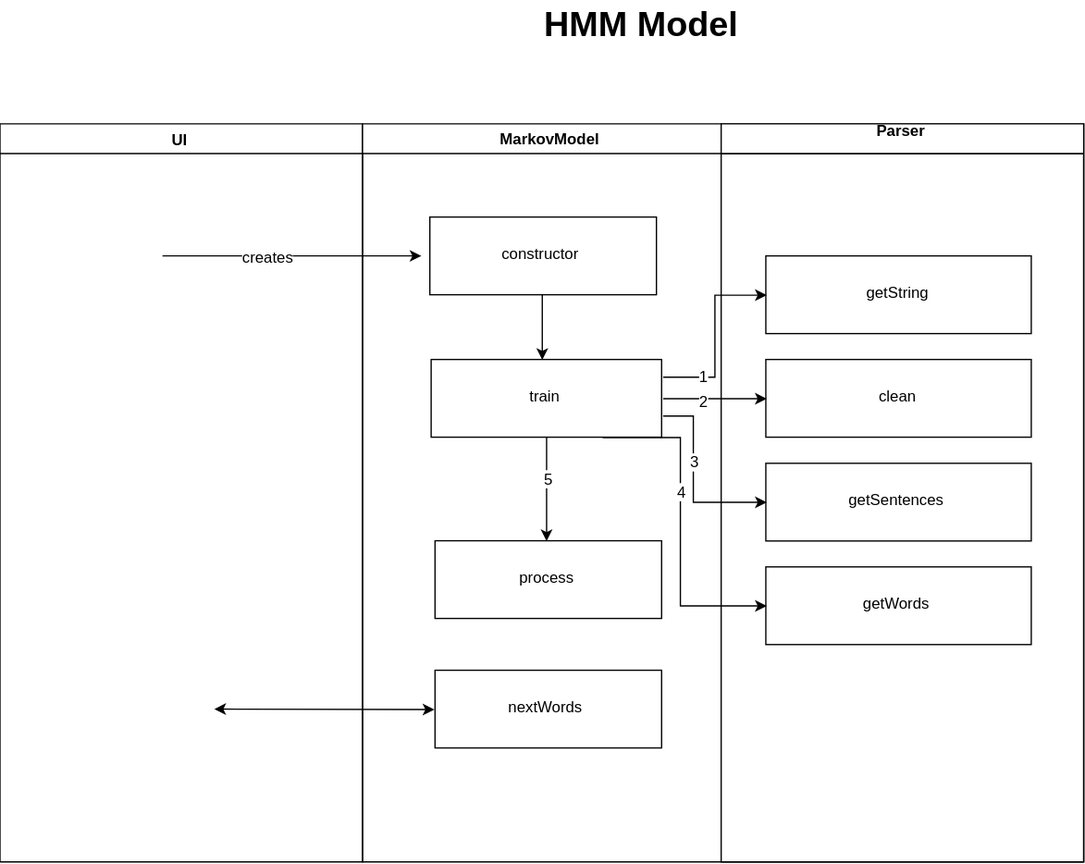
This is src/main/resources/images/flowchart.svg from AzerbaijanOpenSourceCommunity/hmm-predictor, a draw.io export, as it was before one commit. Source tidied: cells renumbered, new cells last; positions are measured from the earlier drawing's top-left corner, leaving out a move shared by most shapes.
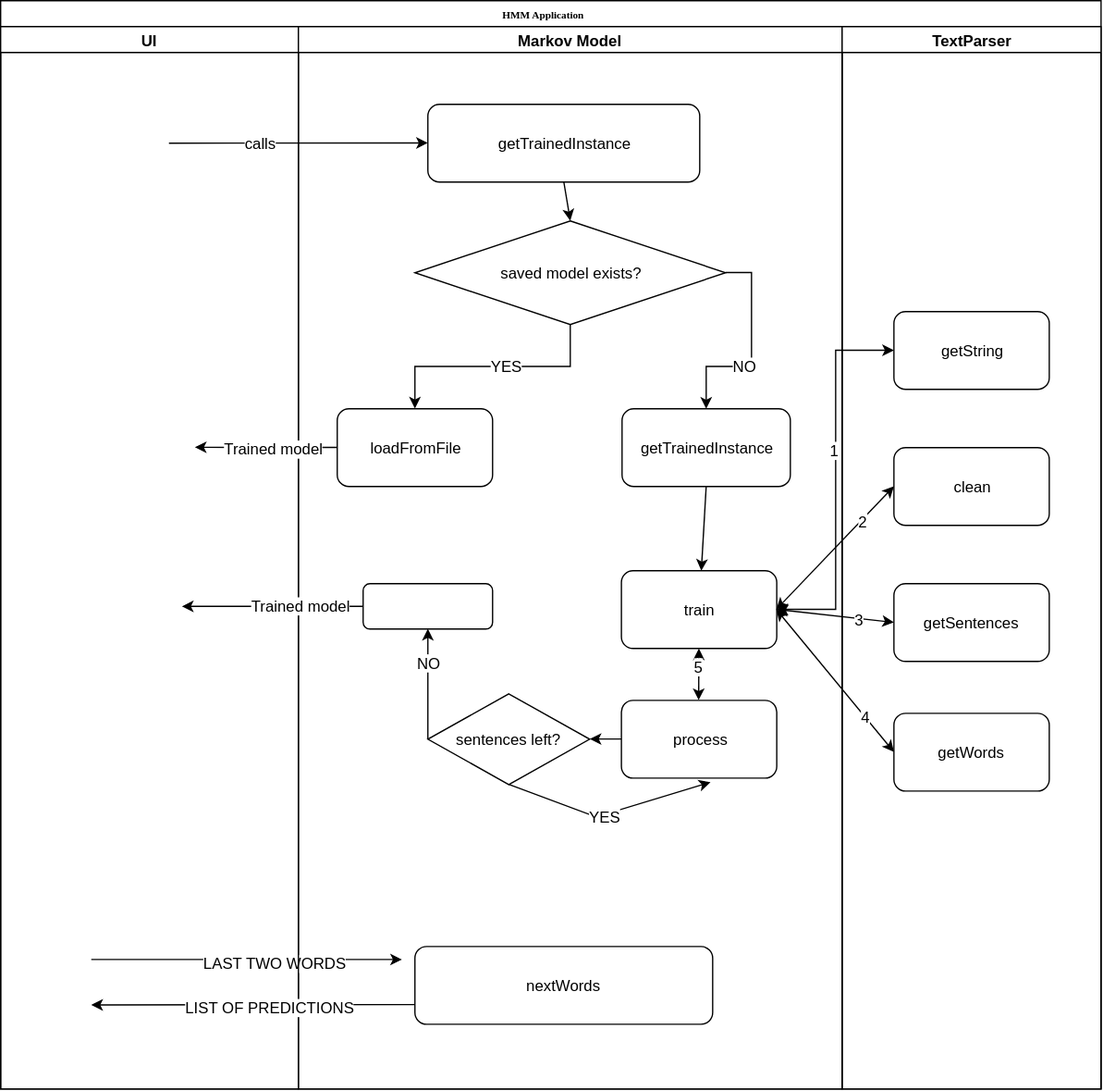
Above is the later version.

Commit message:
Flowchart's been updated UML added

Diff of the diagram source:
```diff
@@ -2,105 +2,168 @@
   <root>
     <mxCell id="0" />
     <mxCell id="1" parent="0" />
+    <mxCell id="29" value="HMM Application" style="swimlane;html=1;startSize=20;rounded=0;shadow=0;labelBackgroundColor=none;strokeColor=#000000;strokeWidth=1;fillColor=#ffffff;fontFamily=Verdana;fontSize=8;fontColor=#000000;align=center;" parent="1" vertex="1">
+      <mxGeometry x="-94" y="7" width="850" height="840" as="geometry" />
+    </mxCell>
-    <mxCell id="2" value="UI" style="swimlane;whiteSpace=wrap;" parent="1" vertex="1">
-      <mxGeometry x="0.5" y="95" width="280" height="570" as="geometry" />
+    <mxCell id="2" value="UI" style="swimlane;html=1;startSize=20;" parent="29" vertex="1">
+      <mxGeometry y="20" width="230" height="820" as="geometry" />
     </mxCell>
-    <mxCell id="3" style="endArrow=classic;html=1;" parent="2" edge="1">
-      <mxGeometry relative="1" as="geometry">
-        <mxPoint x="125.5" y="102" as="sourcePoint" />
-        <mxPoint x="325.5" y="102" as="targetPoint" />
-      </mxGeometry>
-    </mxCell>
-    <mxCell id="4" value="creates" style="text;html=1;align=center;verticalAlign=middle;labelBackgroundColor=#ffffff;" parent="3" vertex="1">
-      <mxGeometry x="-0.2" y="1" relative="1" as="geometry" />
-    </mxCell>
-    <mxCell id="5" style="swimlane;whiteSpace=wrap;" parent="1" vertex="1">
-      <mxGeometry x="280.5" y="95" width="557" height="570" as="geometry" />
-    </mxCell>
-    <mxCell id="6" style="edgeStyle=orthogonalEdgeStyle;rounded=0;jettySize=auto;html=1;entryX=0.486;entryY=0;entryDx=0;entryDy=0;entryPerimeter=0;" parent="5" edge="1" source="7" target="8">
-      <mxGeometry relative="1" as="geometry" />
-    </mxCell>
-    <mxCell id="7" value="constructor" style="rounded=0;whiteSpace=wrap;html=1;" parent="5" vertex="1">
-      <mxGeometry x="52" y="72" width="175" height="60" as="geometry" />
-    </mxCell>
-    <mxCell id="8" value="train&lt;br&gt;" style="rounded=0;whiteSpace=wrap;html=1;" parent="5" vertex="1">
-      <mxGeometry x="53" y="182" width="178" height="60" as="geometry" />
-    </mxCell>
-    <mxCell id="9" value="process" style="rounded=0;whiteSpace=wrap;html=1;" parent="5" vertex="1">
-      <mxGeometry x="56" y="322" width="175" height="60" as="geometry" />
-    </mxCell>
+    <mxCell id="30" style="endArrow=classic;html=1;" parent="2" edge="1">
+      <mxGeometry relative="1" as="geometry">
+        <mxPoint x="70" y="720" as="sourcePoint" />
+        <mxPoint x="310" y="720" as="targetPoint" />
+      </mxGeometry>
+    </mxCell>
+    <mxCell id="31" value="LAST TWO WORDS" style="text;html=1;align=center;verticalAlign=middle;labelBackgroundColor=#ffffff;" parent="30" vertex="1">
+      <mxGeometry x="0.19" y="-3" relative="1" as="geometry" />
+    </mxCell>
+    <mxCell id="32" style="endArrow=classic;html=1;entryX=0;entryY=0.5;entryDx=0;entryDy=0;" parent="2" edge="1" target="36">
+      <mxGeometry relative="1" as="geometry">
+        <mxPoint x="130" y="90" as="sourcePoint" />
+      </mxGeometry>
+    </mxCell>
+    <mxCell id="33" value="calls" style="text;html=1;align=center;verticalAlign=middle;labelBackgroundColor=#ffffff;" parent="32" vertex="1">
+      <mxGeometry x="-0.28" y="-2" relative="1" as="geometry">
+        <mxPoint x="-1.5" y="-2" as="offset" />
+      </mxGeometry>
+    </mxCell>
+    <mxCell id="34" value="Markov Model" style="swimlane;html=1;startSize=20;" parent="29" vertex="1">
+      <mxGeometry x="230" y="20" width="420" height="820" as="geometry" />
+    </mxCell>
+    <mxCell id="35" style="edgeStyle=none;rounded=0;jettySize=auto;html=1;exitX=0.5;exitY=1;exitDx=0;exitDy=0;entryX=0.5;entryY=0;entryDx=0;entryDy=0;startArrow=none;startFill=0;" parent="34" edge="1" source="36" target="41">
+      <mxGeometry relative="1" as="geometry" />
+    </mxCell>
+    <mxCell id="36" value="getTrainedInstance" style="rounded=1;whiteSpace=wrap;html=1;" parent="34" vertex="1">
+      <mxGeometry x="100" y="60" width="210" height="60" as="geometry" />
+    </mxCell>
+    <mxCell id="37" style="edgeStyle=orthogonalEdgeStyle;rounded=0;jettySize=auto;html=1;entryX=0.5;entryY=0;entryDx=0;entryDy=0;" parent="34" edge="1" source="41" target="42">
+      <mxGeometry relative="1" as="geometry" />
+    </mxCell>
+    <mxCell id="38" value="YES" style="text;html=1;align=center;verticalAlign=middle;labelBackgroundColor=#ffffff;" parent="37" vertex="1">
+      <mxGeometry x="-0.12" y="-1" relative="1" as="geometry" />
+    </mxCell>
+    <mxCell id="39" style="edgeStyle=orthogonalEdgeStyle;rounded=0;jettySize=auto;html=1;exitX=1;exitY=0.5;exitDx=0;exitDy=0;" parent="34" edge="1" source="41" target="44">
+      <mxGeometry relative="1" as="geometry" />
+    </mxCell>
+    <mxCell id="40" value="NO" style="text;html=1;align=center;verticalAlign=middle;labelBackgroundColor=#ffffff;" parent="39" vertex="1">
+      <mxGeometry x="0.23" y="-1" relative="1" as="geometry" />
+    </mxCell>
+    <mxCell id="41" value="saved model exists?" style="rhombus;whiteSpace=wrap;html=1;" parent="34" vertex="1">
+      <mxGeometry x="90" y="150" width="240" height="80" as="geometry" />
+    </mxCell>
+    <mxCell id="42" value="loadFromFile" style="rounded=1;whiteSpace=wrap;html=1;" parent="34" vertex="1">
+      <mxGeometry x="30" y="295" width="120" height="60" as="geometry" />
+    </mxCell>
+    <mxCell id="43" style="edgeStyle=none;rounded=0;jettySize=auto;html=1;exitX=0.5;exitY=1;exitDx=0;exitDy=0;startArrow=none;startFill=0;" parent="34" edge="1" source="44" target="8">
+      <mxGeometry relative="1" as="geometry" />
+    </mxCell>
+    <mxCell id="44" value="getTrainedInstance" style="rounded=1;whiteSpace=wrap;html=1;" parent="34" vertex="1">
+      <mxGeometry x="250" y="295" width="130" height="60" as="geometry" />
+    </mxCell>
-    <mxCell id="10" style="edgeStyle=orthogonalEdgeStyle;rounded=0;jettySize=auto;html=1;entryX=0.49;entryY=0.006;entryDx=0;entryDy=0;entryPerimeter=0;" parent="5" edge="1" source="8" target="9">
-      <mxGeometry relative="1" as="geometry">
-        <Array as="points">
-          <mxPoint x="142" y="282" />
-        </Array>
-      </mxGeometry>
+    <mxCell id="10" style="edgeStyle=none;rounded=0;jettySize=auto;html=1;entryX=0.5;entryY=0;entryDx=0;entryDy=0;startArrow=classic;startFill=1;" parent="34" edge="1" source="8" target="9">
+      <mxGeometry relative="1" as="geometry" />
     </mxCell>
     <mxCell id="11" value="5" style="text;html=1;align=center;verticalAlign=middle;labelBackgroundColor=#ffffff;" parent="10" vertex="1">
-      <mxGeometry x="-0.27" relative="1" as="geometry" />
+      <mxGeometry x="-0.34" relative="1" as="geometry" />
     </mxCell>
-    <mxCell id="12" value="Parser&#10;" style="swimlane;whiteSpace=wrap;" parent="5" vertex="1">
-      <mxGeometry x="277" width="280" height="570" as="geometry" />
-    </mxCell>
+    <mxCell id="8" value="train" style="rounded=1;whiteSpace=wrap;html=1;" parent="34" vertex="1">
+      <mxGeometry x="249.5" y="420" width="120" height="60" as="geometry" />
+    </mxCell>
+    <mxCell id="45" style="edgeStyle=none;rounded=0;jettySize=auto;html=1;entryX=1;entryY=0.5;entryDx=0;entryDy=0;startArrow=none;startFill=0;" parent="34" edge="1" source="9" target="50">
+      <mxGeometry relative="1" as="geometry" />
+    </mxCell>
+    <mxCell id="9" value="process" style="rounded=1;whiteSpace=wrap;html=1;" parent="34" vertex="1">
+      <mxGeometry x="249.5" y="520" width="120" height="60" as="geometry" />
+    </mxCell>
+    <mxCell id="46" style="edgeStyle=none;rounded=0;jettySize=auto;html=1;entryX=0.576;entryY=1.05;entryDx=0;entryDy=0;entryPerimeter=0;startArrow=none;startFill=0;exitX=0.5;exitY=1;exitDx=0;exitDy=0;" parent="34" edge="1" source="50" target="9">
+      <mxGeometry relative="1" as="geometry">
+        <Array as="points">
+          <mxPoint x="230" y="610" />
+        </Array>
+      </mxGeometry>
+    </mxCell>
+    <mxCell id="47" value="YES&lt;br&gt;" style="text;html=1;align=center;verticalAlign=middle;labelBackgroundColor=#ffffff;" parent="46" vertex="1">
+      <mxGeometry x="-0.05" y="-1" relative="1" as="geometry" />
+    </mxCell>
+    <mxCell id="48" style="edgeStyle=none;rounded=0;jettySize=auto;html=1;exitX=0;exitY=0.5;exitDx=0;exitDy=0;entryX=0.5;entryY=1;entryDx=0;entryDy=0;startArrow=none;startFill=0;" parent="34" edge="1" source="50" target="51">
+      <mxGeometry relative="1" as="geometry" />
+    </mxCell>
+    <mxCell id="49" value="NO" style="text;html=1;align=center;verticalAlign=middle;labelBackgroundColor=#ffffff;" parent="48" vertex="1">
+      <mxGeometry x="0.4" y="-1" relative="1" as="geometry" />
+    </mxCell>
+    <mxCell id="50" value="sentences left?" style="rhombus;whiteSpace=wrap;html=1;" parent="34" vertex="1">
+      <mxGeometry x="100" y="515" width="125" height="70" as="geometry" />
+    </mxCell>
+    <mxCell id="51" style="rounded=1;whiteSpace=wrap;html=1;" parent="34" vertex="1">
+      <mxGeometry x="50" y="430" width="100" height="35" as="geometry" />
+    </mxCell>
+    <mxCell id="25" value="nextWords" style="rounded=1;whiteSpace=wrap;html=1;" parent="34" vertex="1">
+      <mxGeometry x="90" y="710" width="230" height="60" as="geometry" />
+    </mxCell>
+    <mxCell id="52" value="TextParser&lt;br&gt;" style="swimlane;html=1;startSize=20;" parent="1" vertex="1">
+      <mxGeometry x="556" y="27" width="200" height="820" as="geometry" />
+    </mxCell>
-    <mxCell id="13" value="getString" style="rounded=0;whiteSpace=wrap;html=1;" parent="12" vertex="1">
-      <mxGeometry x="34.5" y="102" width="205" height="60" as="geometry" />
+    <mxCell id="13" value="getString" style="rounded=1;whiteSpace=wrap;html=1;" parent="52" vertex="1">
+      <mxGeometry x="40" y="220" width="120" height="60" as="geometry" />
     </mxCell>
-    <mxCell id="14" value="clean" style="rounded=0;whiteSpace=wrap;html=1;" parent="12" vertex="1">
-      <mxGeometry x="34.5" y="182" width="205" height="60" as="geometry" />
+    <mxCell id="14" value="clean" style="rounded=1;whiteSpace=wrap;html=1;" parent="52" vertex="1">
+      <mxGeometry x="40" y="325" width="120" height="60" as="geometry" />
     </mxCell>
-    <mxCell id="15" value="getSentences" style="rounded=0;whiteSpace=wrap;html=1;" parent="12" vertex="1">
-      <mxGeometry x="34.5" y="262.2" width="205" height="60" as="geometry" />
+    <mxCell id="15" value="getSentences" style="rounded=1;whiteSpace=wrap;html=1;" parent="52" vertex="1">
+      <mxGeometry x="40" y="430" width="120" height="60" as="geometry" />
     </mxCell>
-    <mxCell id="16" value="getWords" style="rounded=0;whiteSpace=wrap;html=1;" parent="12" vertex="1">
-      <mxGeometry x="34.5" y="342.2" width="205" height="60" as="geometry" />
+    <mxCell id="16" value="getWords" style="rounded=1;whiteSpace=wrap;html=1;" parent="52" vertex="1">
+      <mxGeometry x="40" y="530" width="120" height="60" as="geometry" />
     </mxCell>
-    <mxCell id="17" style="edgeStyle=orthogonalEdgeStyle;rounded=0;jettySize=auto;html=1;exitX=1;exitY=0.25;exitDx=0;exitDy=0;entryX=0;entryY=0.5;entryDx=0;entryDy=0;" parent="5" edge="1" source="8" target="13">
-      <mxGeometry relative="1" as="geometry" />
-    </mxCell>
+    <mxCell id="53" style="edgeStyle=orthogonalEdgeStyle;rounded=0;jettySize=auto;html=1;exitX=0;exitY=0.5;exitDx=0;exitDy=0;" parent="1" edge="1" source="42">
+      <mxGeometry relative="1" as="geometry">
+        <mxPoint x="56" y="351.7" as="targetPoint" />
+      </mxGeometry>
+    </mxCell>
+    <mxCell id="54" value="Trained model" style="text;html=1;align=center;verticalAlign=middle;labelBackgroundColor=#ffffff;" parent="53" vertex="1">
+      <mxGeometry x="0.24" y="2" relative="1" as="geometry">
+        <mxPoint x="18.5" y="-1.5" as="offset" />
+      </mxGeometry>
+    </mxCell>
+    <mxCell id="55" style="edgeStyle=orthogonalEdgeStyle;rounded=0;jettySize=auto;html=1;entryX=1;entryY=0.5;entryDx=0;entryDy=0;startArrow=classic;startFill=1;" parent="1" edge="1" source="13" target="8">
+      <mxGeometry relative="1" as="geometry" />
+    </mxCell>
-    <mxCell id="18" value="1" style="text;html=1;align=center;verticalAlign=middle;labelBackgroundColor=#ffffff;" parent="17" vertex="1">
-      <mxGeometry x="-0.6" y="2" relative="1" as="geometry" />
+    <mxCell id="18" value="1" style="text;html=1;align=center;verticalAlign=middle;labelBackgroundColor=#ffffff;" parent="55" vertex="1">
+      <mxGeometry x="-0.16" y="-1" relative="1" as="geometry" />
     </mxCell>
-    <mxCell id="19" style="edgeStyle=orthogonalEdgeStyle;rounded=0;jettySize=auto;html=1;exitX=1;exitY=0.5;exitDx=0;exitDy=0;entryX=0;entryY=0.5;entryDx=0;entryDy=0;" parent="5" edge="1" source="8" target="14">
-      <mxGeometry relative="1" as="geometry" />
-    </mxCell>
+    <mxCell id="56" style="edgeStyle=none;rounded=0;jettySize=auto;html=1;exitX=0;exitY=0.5;exitDx=0;exitDy=0;entryX=1;entryY=0.5;entryDx=0;entryDy=0;startArrow=classic;startFill=1;" parent="1" edge="1" source="14" target="8">
+      <mxGeometry relative="1" as="geometry" />
+    </mxCell>
-    <mxCell id="20" value="2" style="text;html=1;align=center;verticalAlign=middle;labelBackgroundColor=#ffffff;" parent="19" vertex="1">
-      <mxGeometry x="-0.27" relative="1" as="geometry" />
+    <mxCell id="20" value="2" style="text;html=1;align=center;verticalAlign=middle;labelBackgroundColor=#ffffff;" parent="56" vertex="1">
+      <mxGeometry x="-0.45" y="1" relative="1" as="geometry" />
     </mxCell>
-    <mxCell id="21" style="edgeStyle=orthogonalEdgeStyle;rounded=0;jettySize=auto;html=1;exitX=1;exitY=0.75;exitDx=0;exitDy=0;entryX=0;entryY=0.5;entryDx=0;entryDy=0;" parent="5" edge="1" source="8" target="15">
-      <mxGeometry relative="1" as="geometry">
-        <Array as="points">
-          <mxPoint x="255.5" y="227" />
-          <mxPoint x="255.5" y="292" />
-        </Array>
-      </mxGeometry>
-    </mxCell>
+    <mxCell id="57" style="edgeStyle=none;rounded=0;jettySize=auto;html=1;exitX=0;exitY=0.5;exitDx=0;exitDy=0;entryX=1;entryY=0.5;entryDx=0;entryDy=0;startArrow=classic;startFill=1;" parent="1" edge="1" source="15" target="8">
+      <mxGeometry relative="1" as="geometry" />
+    </mxCell>
-    <mxCell id="22" value="3" style="text;html=1;align=center;verticalAlign=middle;labelBackgroundColor=#ffffff;" parent="21" vertex="1">
-      <mxGeometry x="-0.21" relative="1" as="geometry" />
+    <mxCell id="22" value="3" style="text;html=1;align=center;verticalAlign=middle;labelBackgroundColor=#ffffff;" parent="57" vertex="1">
+      <mxGeometry x="-0.42" y="1" relative="1" as="geometry" />
     </mxCell>
-    <mxCell id="23" style="edgeStyle=orthogonalEdgeStyle;rounded=0;jettySize=auto;html=1;exitX=0.75;exitY=1;exitDx=0;exitDy=0;entryX=0;entryY=0.5;entryDx=0;entryDy=0;" parent="5" edge="1" source="8" target="16">
-      <mxGeometry relative="1" as="geometry">
-        <Array as="points">
-          <mxPoint x="245.5" y="242" />
-          <mxPoint x="245.5" y="372" />
-        </Array>
-      </mxGeometry>
-    </mxCell>
+    <mxCell id="58" style="edgeStyle=none;rounded=0;jettySize=auto;html=1;exitX=0;exitY=0.5;exitDx=0;exitDy=0;entryX=1;entryY=0.5;entryDx=0;entryDy=0;startArrow=classic;startFill=1;" parent="1" edge="1" source="16" target="8">
+      <mxGeometry relative="1" as="geometry" />
+    </mxCell>
-    <mxCell id="24" value="4" style="text;html=1;align=center;verticalAlign=middle;labelBackgroundColor=#ffffff;" parent="23" vertex="1">
-      <mxGeometry x="-0.23" relative="1" as="geometry" />
+    <mxCell id="24" value="4" style="text;html=1;align=center;verticalAlign=middle;labelBackgroundColor=#ffffff;" parent="58" vertex="1">
+      <mxGeometry x="-0.51" relative="1" as="geometry" />
     </mxCell>
-    <mxCell id="25" value="nextWords" style="rounded=0;whiteSpace=wrap;html=1;" parent="5" vertex="1">
-      <mxGeometry x="56" y="422" width="175" height="60" as="geometry" />
-    </mxCell>
-    <mxCell id="26" style="endArrow=classic;startArrow=classic;html=1;entryX=0;entryY=0.5;entryDx=0;entryDy=0;" parent="5" edge="1" target="25">
-      <mxGeometry relative="1" as="geometry">
-        <mxPoint x="-114.5" y="452" as="sourcePoint" />
-      </mxGeometry>
-    </mxCell>
-    <mxCell id="27" value="&lt;span&gt;&lt;b&gt;MarkovModel&lt;/b&gt;&lt;/span&gt;" style="text;html=1;align=left;verticalAlign=top;spacingTop=-4;" parent="5" vertex="1">
-      <mxGeometry x="104.5" y="2" width="90" height="20" as="geometry" />
-    </mxCell>
-    <mxCell id="28" value="&lt;b&gt;&lt;font style=&quot;font-size: 27px&quot;&gt;HMM Model&lt;/font&gt;&lt;/b&gt;&lt;br&gt;" style="text;html=1;align=left;verticalAlign=top;spacingTop=-4;" parent="1" vertex="1">
-      <mxGeometry x="419" width="170" height="20" as="geometry" />
-    </mxCell>
+    <mxCell id="59" style="edgeStyle=none;rounded=0;jettySize=auto;html=1;startArrow=none;startFill=0;" parent="1" edge="1" source="51">
+      <mxGeometry relative="1" as="geometry">
+        <mxPoint x="46" y="474.5" as="targetPoint" />
+      </mxGeometry>
+    </mxCell>
+    <mxCell id="60" value="Trained model" style="text;html=1;align=center;verticalAlign=middle;labelBackgroundColor=#ffffff;" parent="59" vertex="1">
+      <mxGeometry x="-0.31" y="-1" relative="1" as="geometry" />
+    </mxCell>
+    <mxCell id="61" style="edgeStyle=none;rounded=0;jettySize=auto;html=1;exitX=0;exitY=0.75;exitDx=0;exitDy=0;startArrow=none;startFill=0;" parent="1" edge="1" source="25">
+      <mxGeometry relative="1" as="geometry">
+        <mxPoint x="-24" y="782.1" as="targetPoint" />
+      </mxGeometry>
+    </mxCell>
+    <mxCell id="62" value="LIST OF PREDICTIONS" style="text;html=1;align=center;verticalAlign=middle;labelBackgroundColor=#ffffff;" parent="61" vertex="1">
+      <mxGeometry x="-0.1" y="2" relative="1" as="geometry" />
+    </mxCell>
   </root>
 </mxGraphModel>
```
